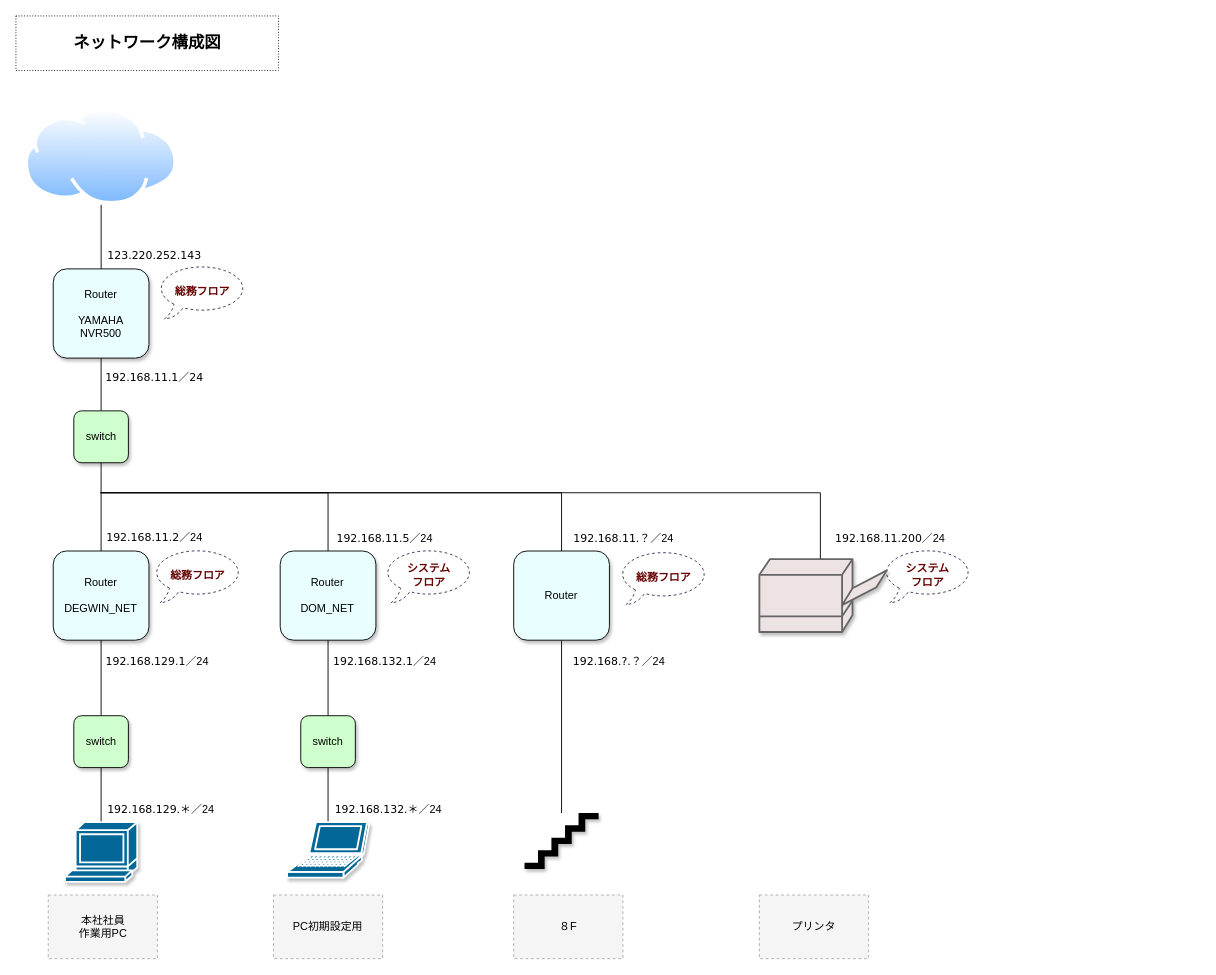
pmyohei/network-layout keeps this draw.io diagram as page "ネットワーク構成図" (3 of 11) of うさぎやネットワークレイアウト図.drawio. Above is the earlier version. Source tidied: cells renumbered, new cells numbered last; positions are measured from the earlier drawing's top-left corner, leaving out a move shared by most shapes. Both pictures are drawn from the tidied source at 91%, with x=0, y=0 at pixel (15, 15).
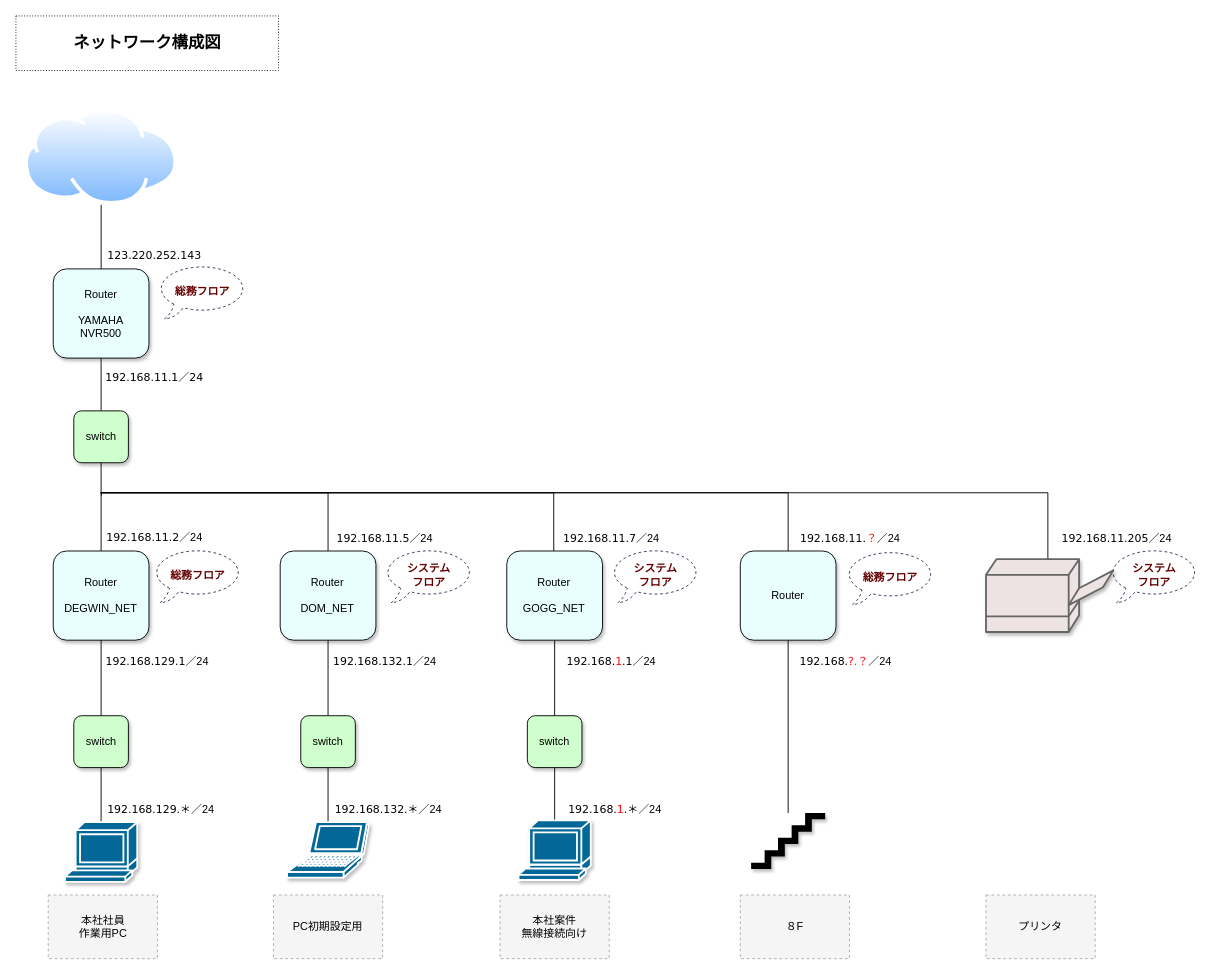
After the change.

The edit, as a diff of the source:
```diff
@@
     <mxCell id="4" value="総務フロア" style="whiteSpace=wrap;html=1;shape=mxgraph.basic.oval_callout;fillColor=#ffffff;fontColor=#660000;strokeColor=#432D57;fontStyle=1;dashed=1;" parent="1" vertex="1">
-      <mxGeometry x="662" y="587" width="100" height="60" as="geometry" />
+      <mxGeometry x="911" y="587" width="100" height="60" as="geometry" />
     </mxCell>
@@
     <mxCell id="6" value="システム&lt;br&gt;フロア" style="whiteSpace=wrap;html=1;shape=mxgraph.basic.oval_callout;fillColor=#ffffff;fontColor=#660000;strokeColor=#432D57;fontStyle=1;dashed=1;" parent="1" vertex="1">
-      <mxGeometry x="952" y="585" width="100" height="60" as="geometry" />
+      <mxGeometry x="1201" y="585" width="100" height="60" as="geometry" />
     </mxCell>
+    <mxCell id="47" value="システム&lt;br&gt;フロア" style="whiteSpace=wrap;html=1;shape=mxgraph.basic.oval_callout;fillColor=#ffffff;fontColor=#660000;strokeColor=#432D57;fontStyle=1;dashed=1;" parent="1" vertex="1">
+      <mxGeometry x="653" y="585" width="100" height="60" as="geometry" />
+    </mxCell>
+    <mxCell id="48" style="edgeStyle=orthogonalEdgeStyle;rounded=0;jettySize=auto;html=1;endArrow=none;endFill=0;" parent="1" edge="1" source="49" target="52">
+      <mxGeometry relative="1" as="geometry" />
+    </mxCell>
+    <mxCell id="49" value="Router&lt;br&gt;&lt;br style=&quot;border-color: var(--border-color);&quot;&gt;GOGG_NET" style="rounded=1;whiteSpace=wrap;html=1;fillColor=#E8FEFF;shadow=1;" parent="1" vertex="1">
+      <mxGeometry x="539.4" y="588" width="105.2" height="98" as="geometry" />
+    </mxCell>
+    <mxCell id="50" value="&lt;span style=&quot;font-size: 9pt; color: black; vertical-align: baseline;&quot;&gt;&lt;font face=&quot;Verdana&quot;&gt;192.168.11.7&lt;/font&gt;&lt;/span&gt;／24" style="text;whiteSpace=wrap;html=1;fillColor=none;strokeColor=none;rounded=1;perimeterSpacing=0;align=center;verticalAlign=middle;" parent="1" vertex="1">
+      <mxGeometry x="597.4" y="561" width="115" height="28" as="geometry" />
+    </mxCell>
+    <mxCell id="51" style="edgeStyle=orthogonalEdgeStyle;rounded=0;jettySize=auto;html=1;endArrow=none;endFill=0;" parent="1" edge="1" source="52" target="56">
+      <mxGeometry relative="1" as="geometry" />
+    </mxCell>
+    <mxCell id="52" value="switch" style="rounded=1;whiteSpace=wrap;html=1;fillColor=#CFFFCC;shadow=1;" parent="1" vertex="1">
+      <mxGeometry x="562" y="769" width="60" height="57" as="geometry" />
+    </mxCell>
+    <mxCell id="53" value="本社案件&lt;br&gt;無線接続向け" style="rounded=1;whiteSpace=wrap;html=1;strokeColor=#ababab;fillColor=#F5F5F5;arcSize=0;dashed=1;" parent="1" vertex="1">
+      <mxGeometry x="532" y="966" width="120" height="70" as="geometry" />
+    </mxCell>
+    <mxCell id="54" value="&lt;span style=&quot;font-size: 9pt; vertical-align: baseline;&quot;&gt;&lt;font style=&quot;&quot; face=&quot;Verdana&quot;&gt;192.168.&lt;font color=&quot;#ff0808&quot;&gt;1&lt;/font&gt;.1&lt;/font&gt;&lt;/span&gt;／24" style="text;whiteSpace=wrap;html=1;fillColor=none;strokeColor=none;rounded=1;perimeterSpacing=0;align=center;verticalAlign=middle;" parent="1" vertex="1">
+      <mxGeometry x="588.4" y="696" width="133" height="28" as="geometry" />
+    </mxCell>
+    <mxCell id="55" value="&lt;span style=&quot;font-size: 9pt; vertical-align: baseline;&quot;&gt;&lt;font style=&quot;&quot; face=&quot;Verdana&quot;&gt;192.168.&lt;font color=&quot;#ff0808&quot;&gt;1&lt;/font&gt;.＊&lt;/font&gt;&lt;/span&gt;／24" style="text;whiteSpace=wrap;html=1;fillColor=none;strokeColor=none;rounded=1;perimeterSpacing=0;align=center;verticalAlign=middle;" parent="1" vertex="1">
+      <mxGeometry x="591" y="858" width="135" height="28" as="geometry" />
+    </mxCell>
+    <mxCell id="56" style="shape=mxgraph.cisco.computers_and_peripherals.terminal;html=1;dashed=0;fillColor=#036897;strokeColor=#ffffff;strokeWidth=2;verticalLabelPosition=bottom;verticalAlign=top;align=center;outlineConnect=0;shadow=1;" parent="1" vertex="1">
+      <mxGeometry x="552.3" y="884" width="79.4" height="65.5" as="geometry" />
+    </mxCell>
+    <mxCell id="57" style="edgeStyle=orthogonalEdgeStyle;rounded=0;orthogonalLoop=1;jettySize=auto;html=1;endArrow=none;endFill=0;" parent="1" edge="1">
+      <mxGeometry relative="1" as="geometry">
+        <mxPoint x="591" y="588" as="sourcePoint" />
+        <mxPoint x="94" y="527" as="targetPoint" />
+        <Array as="points">
+          <mxPoint x="591" y="524" />
+        </Array>
+      </mxGeometry>
+    </mxCell>
@@
     <mxCell id="23" style="edgeStyle=orthogonalEdgeStyle;rounded=0;jettySize=auto;html=1;endArrow=none;endFill=0;exitX=0.5;exitY=0;exitDx=0;exitDy=0;" parent="7" edge="1" source="24">
       <mxGeometry relative="1" as="geometry">
         <mxPoint x="93" y="524" as="targetPoint" />
         <Array as="points">
-          <mxPoint x="600" y="524" />
+          <mxPoint x="849" y="524" />
         </Array>
       </mxGeometry>
     </mxCell>
     <mxCell id="24" value="Router" style="rounded=1;whiteSpace=wrap;html=1;fillColor=#E8FEFF;shadow=1;" parent="7" vertex="1">
-      <mxGeometry x="547" y="588" width="105.2" height="98" as="geometry" />
+      <mxGeometry x="796" y="588" width="105.2" height="98" as="geometry" />
     </mxCell>
-    <mxCell id="25" value="&lt;span style=&quot;font-size: 9pt; color: black; vertical-align: baseline;&quot;&gt;&lt;font face=&quot;Verdana&quot;&gt;192.168.11.？&lt;/font&gt;&lt;/span&gt;／24" style="text;whiteSpace=wrap;html=1;fillColor=none;strokeColor=none;rounded=1;perimeterSpacing=0;align=center;verticalAlign=middle;" parent="7" vertex="1">
-      <mxGeometry x="602" y="561" width="132" height="28" as="geometry" />
+    <mxCell id="25" value="&lt;span style=&quot;font-size: 9pt; vertical-align: baseline;&quot;&gt;&lt;font style=&quot;&quot; face=&quot;Verdana&quot;&gt;192.168.11.&lt;font color=&quot;#ff0808&quot;&gt;？&lt;/font&gt;&lt;/font&gt;&lt;/span&gt;／24" style="text;whiteSpace=wrap;html=1;fillColor=none;strokeColor=none;rounded=1;perimeterSpacing=0;align=center;verticalAlign=middle;" parent="7" vertex="1">
+      <mxGeometry x="851" y="561" width="132" height="28" as="geometry" />
     </mxCell>
@@
     <mxCell id="31" style="shape=mxgraph.signs.travel.stairs;html=1;fillColor=#000000;strokeColor=none;verticalLabelPosition=bottom;verticalAlign=top;align=center;shadow=1;" parent="7" vertex="1">
-      <mxGeometry x="558.9" y="876" width="81.4" height="61.5" as="geometry" />
+      <mxGeometry x="807.9" y="876" width="81.4" height="61.5" as="geometry" />
     </mxCell>
     <mxCell id="32" value="８F" style="rounded=1;whiteSpace=wrap;html=1;strokeColor=#ababab;fillColor=#F5F5F5;arcSize=0;dashed=1;" parent="7" vertex="1">
-      <mxGeometry x="547" y="966" width="120" height="70" as="geometry" />
+      <mxGeometry x="796" y="966" width="120" height="70" as="geometry" />
     </mxCell>
@@
-    <mxCell id="38" value="&lt;span style=&quot;font-size: 9pt; color: black; vertical-align: baseline;&quot;&gt;&lt;font face=&quot;Verdana&quot;&gt;192.168.?.？&lt;/font&gt;&lt;/span&gt;／24" style="text;whiteSpace=wrap;html=1;fillColor=none;strokeColor=none;rounded=1;perimeterSpacing=0;align=center;verticalAlign=middle;" parent="7" vertex="1">
-      <mxGeometry x="602" y="696" width="122" height="28" as="geometry" />
+    <mxCell id="38" value="&lt;span style=&quot;font-size: 9pt; vertical-align: baseline;&quot;&gt;&lt;font style=&quot;&quot; face=&quot;Verdana&quot;&gt;192.168.&lt;font color=&quot;#ff0f0f&quot;&gt;?.？&lt;/font&gt;&lt;/font&gt;&lt;/span&gt;／24" style="text;whiteSpace=wrap;html=1;fillColor=none;strokeColor=none;rounded=1;perimeterSpacing=0;align=center;verticalAlign=middle;" parent="7" vertex="1">
+      <mxGeometry x="851" y="696" width="122" height="28" as="geometry" />
     </mxCell>
@@
     <mxCell id="40" style="edgeStyle=orthogonalEdgeStyle;rounded=0;jettySize=auto;html=1;endArrow=none;endFill=0;exitX=0.5;exitY=0;exitDx=0;exitDy=0;exitPerimeter=0;" parent="7" edge="1" source="41">
       <mxGeometry relative="1" as="geometry">
         <mxPoint x="93" y="524" as="targetPoint" />
         <Array as="points">
-          <mxPoint x="884" y="597" />
-          <mxPoint x="884" y="524" />
+          <mxPoint x="1134" y="597" />
+          <mxPoint x="1134" y="524" />
         </Array>
       </mxGeometry>
     </mxCell>
     <mxCell id="41" style="shape=mxgraph.cisco.computers_and_peripherals.printer;html=1;dashed=0;fillColor=#ede3e3;strokeColor=#666666;strokeWidth=2;verticalLabelPosition=bottom;verticalAlign=top;align=center;outlineConnect=0;fontColor=#333333;shadow=1;" parent="7" vertex="1">
-      <mxGeometry x="817" y="597" width="140" height="80" as="geometry" />
+      <mxGeometry x="1066" y="597" width="140" height="80" as="geometry" />
     </mxCell>
-    <mxCell id="42" value="&lt;span style=&quot;font-size: 9pt; color: black; vertical-align: baseline;&quot;&gt;&lt;font face=&quot;Verdana&quot;&gt;192.168.11.200&lt;/font&gt;&lt;/span&gt;／24" style="text;whiteSpace=wrap;html=1;fillColor=none;strokeColor=none;rounded=1;perimeterSpacing=0;align=center;verticalAlign=middle;" parent="7" vertex="1">
-      <mxGeometry x="891" y="561" width="140" height="28" as="geometry" />
+    <mxCell id="42" value="&lt;span style=&quot;font-size: 9pt; color: black; vertical-align: baseline;&quot;&gt;&lt;font face=&quot;Verdana&quot;&gt;192.168.11.205&lt;/font&gt;&lt;/span&gt;／24" style="text;whiteSpace=wrap;html=1;fillColor=none;strokeColor=none;rounded=1;perimeterSpacing=0;align=center;verticalAlign=middle;" parent="7" vertex="1">
+      <mxGeometry x="1140" y="561" width="140" height="28" as="geometry" />
     </mxCell>
     <mxCell id="43" value="プリンタ" style="rounded=1;whiteSpace=wrap;html=1;strokeColor=#ababab;fillColor=#F5F5F5;arcSize=0;dashed=1;" parent="7" vertex="1">
-      <mxGeometry x="817" y="966" width="120" height="70" as="geometry" />
+      <mxGeometry x="1066" y="966" width="120" height="70" as="geometry" />
     </mxCell>
```
